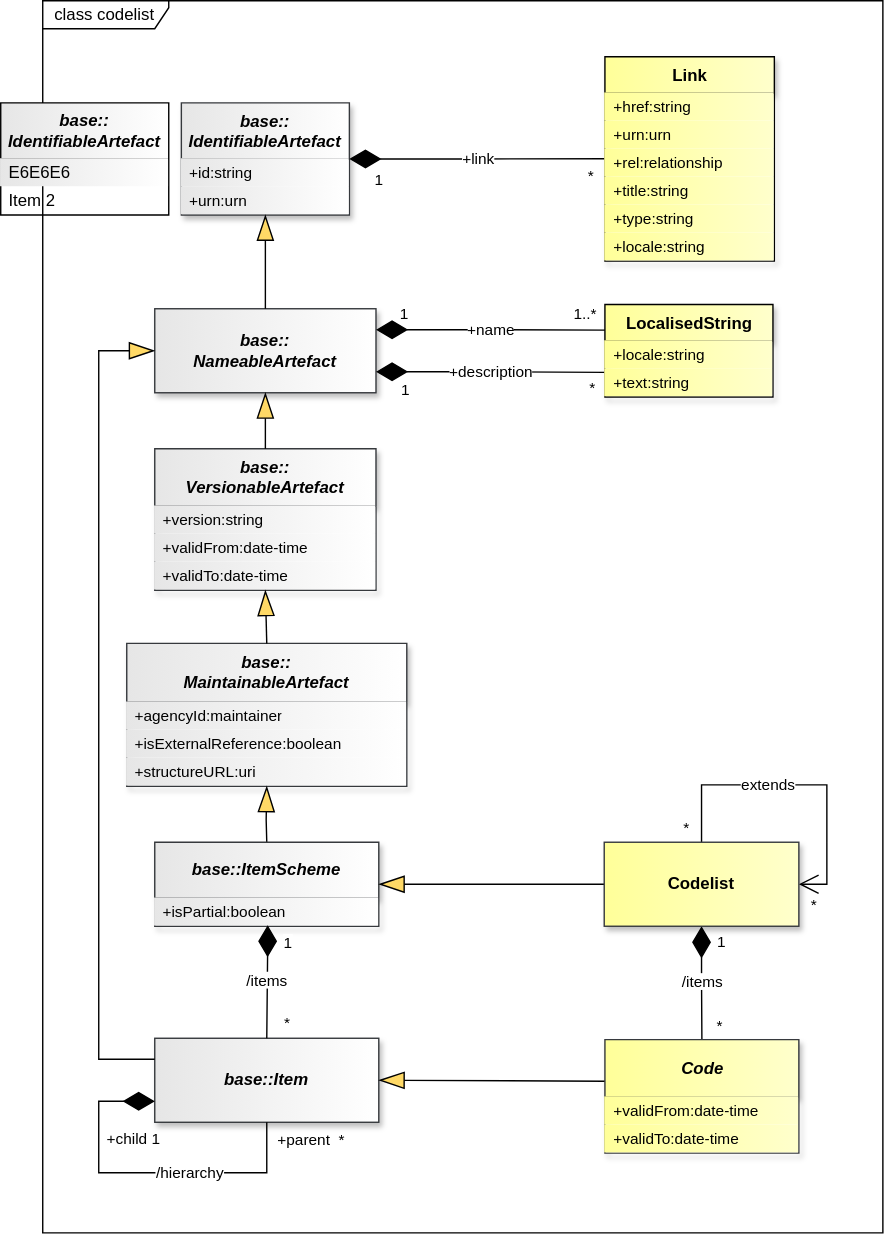
The draw.io diagram docs/information_model/media/sdmx_codelist-codelist.svg in sdmx-twg/sdmx-im, before a commit. Source tidied: cells renumbered, new cells last; positions are measured from the earlier drawing's top-left corner, leaving out a move shared by most shapes.
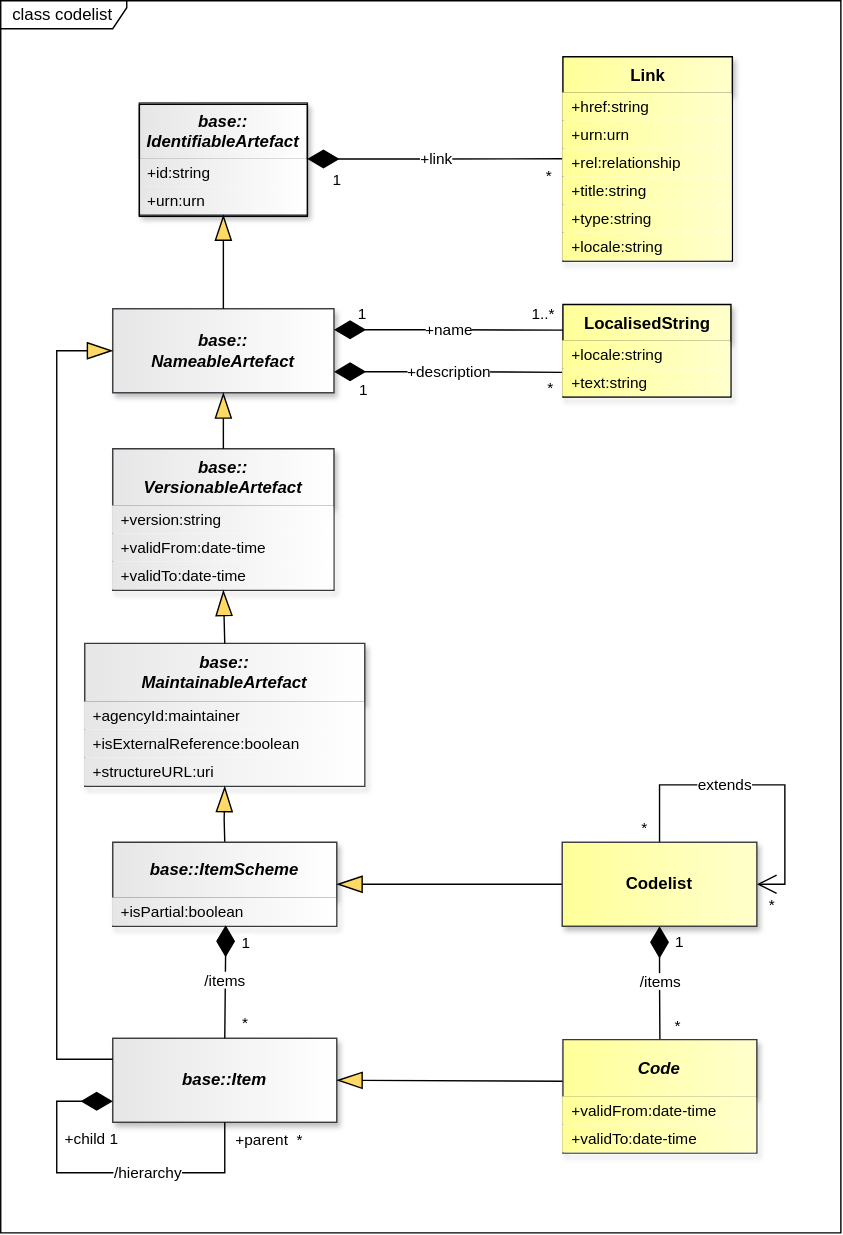
Above is the later version.

Diff of the diagram source:
```diff
@@ -288,14 +288,8 @@
     <mxCell id="79" value="+locale:string" style="text;strokeColor=none;fillColor=light-dark(#FFFF99,#FFFF99);align=left;verticalAlign=middle;spacingLeft=4;spacingRight=4;overflow=hidden;whiteSpace=wrap;html=1;fontSize=11;gradientColor=light-dark(#FFFFCC,#FFFFCC);gradientDirection=east;fontColor=light-dark(#000000,#000000);strokeWidth=0;" parent="73" vertex="1">
       <mxGeometry y="126" width="121" height="20" as="geometry" />
     </mxCell>
-    <mxCell id="80" value="&lt;span style=&quot;font-style: italic; font-weight: 700;&quot;&gt;base::&lt;/span&gt;&lt;br style=&quot;font-style: italic; font-weight: 700;&quot;&gt;&lt;span style=&quot;font-style: italic; font-weight: 700;&quot;&gt;IdentifiableArtefact&lt;/span&gt;" style="swimlane;fontStyle=0;horizontal=1;startSize=40;whiteSpace=wrap;html=1;fillColor=light-dark(#E6E6E6,#E6E6E6);gradientColor=light-dark(#FFFFFF,#FFFFFF);gradientDirection=east;" parent="1" vertex="1">
-      <mxGeometry y="73" width="120" height="80" as="geometry" />
-    </mxCell>
-    <mxCell id="81" value="E6E6E6" style="text;strokeColor=none;fillColor=light-dark(#E6E6E6,#E6E6E6);align=left;verticalAlign=middle;spacingLeft=4;spacingRight=4;overflow=hidden;whiteSpace=wrap;html=1;gradientColor=light-dark(#FFFFFF,#FFFFFF);gradientDirection=east;" parent="80" vertex="1">
-      <mxGeometry y="40" width="120" height="20" as="geometry" />
-    </mxCell>
-    <mxCell id="82" value="Item 2" style="text;strokeColor=none;fillColor=none;align=left;verticalAlign=middle;spacingLeft=4;spacingRight=4;overflow=hidden;whiteSpace=wrap;html=1;" parent="80" vertex="1">
-      <mxGeometry y="60" width="120" height="20" as="geometry" />
-    </mxCell>
+    <mxCell id="83" style="rounded=0;whiteSpace=wrap;html=1;fillColor=none;" parent="1" vertex="1">
+      <mxGeometry x="129" y="74" width="120" height="80" as="geometry" />
+    </mxCell>
   </root>
 </mxGraphModel>
```
